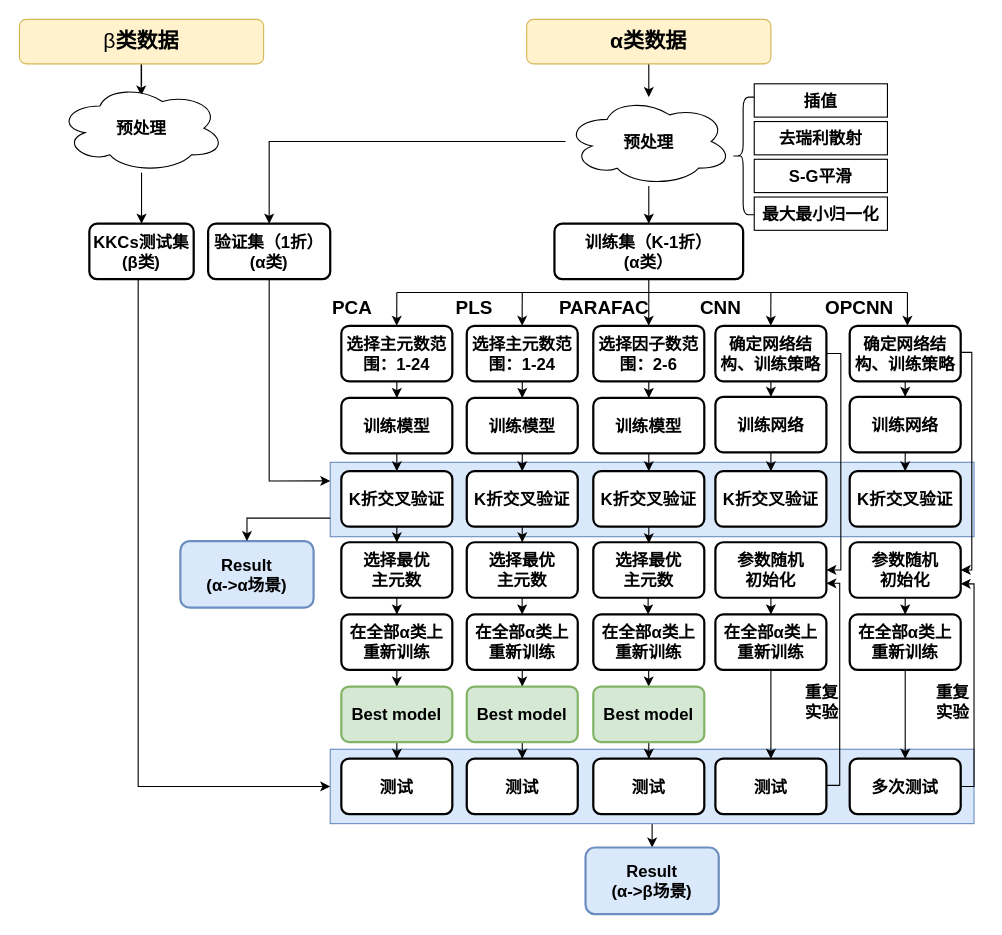
The draw.io diagram big_paper/第三章.drawio in chbambooshoot/digram, before the edit. Source tidied: cells renumbered, new cells numbered last; positions are measured from the earlier drawing's top-left corner, leaving out a move shared by most shapes. Both pictures are drawn from the tidied source at 111%, with x=0, y=0 at pixel (19, 19).
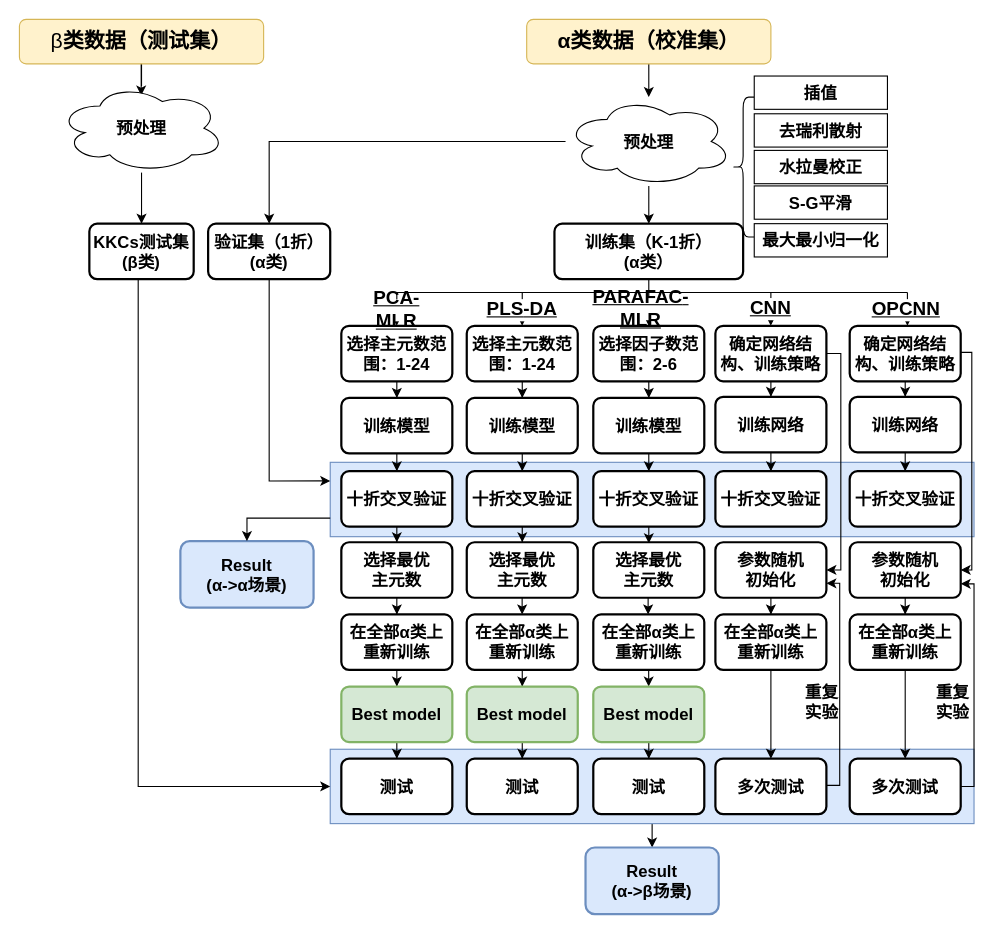
The same diagram, later.

Commit message:
更新第三章.drawio

Diff of the diagram source:
```diff
@@
     <mxCell id="6" style="shape=curlyBracket;whiteSpace=wrap;html=1;rounded=1;labelPosition=left;verticalLabelPosition=middle;align=right;verticalAlign=middle;fontSize=15;fontStyle=1;fontFamily=仿宋;" parent="1" vertex="1">
-      <mxGeometry x="642" y="70" width="20" height="106" as="geometry" />
+      <mxGeometry x="642" y="70" width="20" height="126" as="geometry" />
     </mxCell>
     <mxCell id="7" value="插值" style="rounded=0;whiteSpace=wrap;html=1;fontSize=15;fontStyle=1;fontFamily=仿宋;" parent="1" vertex="1">
-      <mxGeometry x="662" y="58" width="120" height="30" as="geometry" />
+      <mxGeometry x="662" y="51" width="120" height="30" as="geometry" />
     </mxCell>
     <mxCell id="8" value="去瑞利散射" style="rounded=0;whiteSpace=wrap;html=1;fontSize=15;fontStyle=1;fontFamily=仿宋;" parent="1" vertex="1">
-      <mxGeometry x="662" y="92" width="120" height="30" as="geometry" />
+      <mxGeometry x="662" y="85" width="120" height="30" as="geometry" />
     </mxCell>
     <mxCell id="9" value="最大最小归一化" style="rounded=0;whiteSpace=wrap;html=1;fontSize=15;fontStyle=1;fontFamily=仿宋;" parent="1" vertex="1">
-      <mxGeometry x="662" y="160" width="120" height="30" as="geometry" />
+      <mxGeometry x="662" y="184" width="120" height="30" as="geometry" />
     </mxCell>
     <mxCell id="10" value="S-G平滑" style="rounded=0;whiteSpace=wrap;html=1;fontSize=15;fontStyle=1;fontFamily=仿宋;" parent="1" vertex="1">
-      <mxGeometry x="662" y="126" width="120" height="30" as="geometry" />
+      <mxGeometry x="662" y="150" width="120" height="30" as="geometry" />
     </mxCell>
@@
-    <mxCell id="26" value="&lt;b&gt;&lt;font style=&quot;font-size: 17px;&quot;&gt;PCA&lt;/font&gt;&lt;/b&gt;" style="text;html=1;strokeColor=none;fillColor=none;align=center;verticalAlign=middle;whiteSpace=wrap;rounded=0;fontFamily=仿宋;" parent="1" vertex="1">
-      <mxGeometry x="270" y="246" width="60" height="30" as="geometry" />
-    </mxCell>
-    <mxCell id="27" value="&lt;span style=&quot;font-size: 17px;&quot;&gt;&lt;b&gt;PLS&lt;br&gt;&lt;/b&gt;&lt;/span&gt;" style="text;html=1;strokeColor=none;fillColor=none;align=center;verticalAlign=middle;whiteSpace=wrap;rounded=0;fontFamily=仿宋;" parent="1" vertex="1">
-      <mxGeometry x="380" y="246" width="60" height="30" as="geometry" />
-    </mxCell>
-    <mxCell id="28" value="&lt;span style=&quot;font-size: 17px;&quot;&gt;&lt;b&gt;OPCNN&lt;br&gt;&lt;/b&gt;&lt;/span&gt;" style="text;html=1;strokeColor=none;fillColor=none;align=center;verticalAlign=middle;whiteSpace=wrap;rounded=0;fontFamily=仿宋;" parent="1" vertex="1">
-      <mxGeometry x="727" y="246" width="60" height="30" as="geometry" />
-    </mxCell>
-    <mxCell id="29" value="&lt;span style=&quot;font-size: 17px;&quot;&gt;&lt;b&gt;CNN&lt;br&gt;&lt;/b&gt;&lt;/span&gt;" style="text;html=1;strokeColor=none;fillColor=none;align=center;verticalAlign=middle;whiteSpace=wrap;rounded=0;fontFamily=仿宋;" parent="1" vertex="1">
-      <mxGeometry x="602" y="246" width="60" height="30" as="geometry" />
-    </mxCell>
@@
-    <mxCell id="32" value="β&lt;span style=&quot;border-color: var(--border-color); font-weight: 700;&quot;&gt;类数据&lt;/span&gt;" style="rounded=1;whiteSpace=wrap;html=1;fontFamily=仿宋;fontSize=19;fillColor=#fff2cc;strokeColor=#d6b656;" parent="1" vertex="1">
+    <mxCell id="32" value="β&lt;span style=&quot;border-color: var(--border-color); font-weight: 700;&quot;&gt;类数据（测试集）&lt;/span&gt;" style="rounded=1;whiteSpace=wrap;html=1;fontFamily=仿宋;fontSize=19;fillColor=#fff2cc;strokeColor=#d6b656;" parent="1" vertex="1">
       <mxGeometry width="220" height="40" as="geometry" />
     </mxCell>
@@
-    <mxCell id="36" value="&lt;b style=&quot;border-color: var(--border-color);&quot;&gt;α类数据&lt;/b&gt;" style="rounded=1;whiteSpace=wrap;html=1;fontFamily=仿宋;fontSize=19;fontStyle=1;fillColor=#fff2cc;strokeColor=#d6b656;" parent="1" vertex="1">
+    <mxCell id="36" value="&lt;b style=&quot;border-color: var(--border-color);&quot;&gt;α类数据（校准集）&lt;/b&gt;" style="rounded=1;whiteSpace=wrap;html=1;fontFamily=仿宋;fontSize=19;fontStyle=1;fillColor=#fff2cc;strokeColor=#d6b656;" parent="1" vertex="1">
       <mxGeometry x="457" width="220" height="40" as="geometry" />
     </mxCell>
@@
-    <mxCell id="45" value="K折交叉验证" style="rounded=1;whiteSpace=wrap;html=1;absoluteArcSize=1;arcSize=14;strokeWidth=2;fontSize=15;fontStyle=1;fontFamily=仿宋;" parent="1" vertex="1">
+    <mxCell id="45" value="十折交叉验证" style="rounded=1;whiteSpace=wrap;html=1;absoluteArcSize=1;arcSize=14;strokeWidth=2;fontSize=15;fontStyle=1;fontFamily=仿宋;" parent="1" vertex="1">
       <mxGeometry x="290" y="407" width="100" height="50" as="geometry" />
     </mxCell>
@@
-    <mxCell id="47" value="K折交叉验证" style="rounded=1;whiteSpace=wrap;html=1;absoluteArcSize=1;arcSize=14;strokeWidth=2;fontSize=15;fontStyle=1;fontFamily=仿宋;" parent="1" vertex="1">
+    <mxCell id="47" value="十折交叉验证" style="rounded=1;whiteSpace=wrap;html=1;absoluteArcSize=1;arcSize=14;strokeWidth=2;fontSize=15;fontStyle=1;fontFamily=仿宋;" parent="1" vertex="1">
       <mxGeometry x="403" y="407" width="100" height="50" as="geometry" />
     </mxCell>
-    <mxCell id="48" value="K折交叉验证" style="rounded=1;whiteSpace=wrap;html=1;absoluteArcSize=1;arcSize=14;strokeWidth=2;fontSize=15;fontStyle=1;fontFamily=仿宋;" parent="1" vertex="1">
+    <mxCell id="48" value="十折交叉验证" style="rounded=1;whiteSpace=wrap;html=1;absoluteArcSize=1;arcSize=14;strokeWidth=2;fontSize=15;fontStyle=1;fontFamily=仿宋;" parent="1" vertex="1">
       <mxGeometry x="627" y="407" width="100" height="50" as="geometry" />
     </mxCell>
-    <mxCell id="49" value="K折交叉验证" style="rounded=1;whiteSpace=wrap;html=1;absoluteArcSize=1;arcSize=14;strokeWidth=2;fontSize=15;fontStyle=1;fontFamily=仿宋;" parent="1" vertex="1">
+    <mxCell id="49" value="十折交叉验证" style="rounded=1;whiteSpace=wrap;html=1;absoluteArcSize=1;arcSize=14;strokeWidth=2;fontSize=15;fontStyle=1;fontFamily=仿宋;" parent="1" vertex="1">
       <mxGeometry x="748" y="407" width="100" height="50" as="geometry" />
     </mxCell>
@@
-    <mxCell id="57" value="K折交叉验证" style="rounded=1;whiteSpace=wrap;html=1;absoluteArcSize=1;arcSize=14;strokeWidth=2;fontSize=15;fontStyle=1;fontFamily=仿宋;" parent="1" vertex="1">
+    <mxCell id="57" value="十折交叉验证" style="rounded=1;whiteSpace=wrap;html=1;absoluteArcSize=1;arcSize=14;strokeWidth=2;fontSize=15;fontStyle=1;fontFamily=仿宋;" parent="1" vertex="1">
       <mxGeometry x="517" y="407" width="100" height="50" as="geometry" />
     </mxCell>
@@
-    <mxCell id="61" value="测试" style="rounded=1;whiteSpace=wrap;html=1;absoluteArcSize=1;arcSize=14;strokeWidth=2;fontSize=15;fontStyle=1;fontFamily=仿宋;" parent="1" vertex="1">
+    <mxCell id="61" value="多次测试" style="rounded=1;whiteSpace=wrap;html=1;absoluteArcSize=1;arcSize=14;strokeWidth=2;fontSize=15;fontStyle=1;fontFamily=仿宋;" parent="1" vertex="1">
       <mxGeometry x="627" y="666" width="100" height="50" as="geometry" />
     </mxCell>
@@
-    <mxCell id="96" style="edgeStyle=orthogonalEdgeStyle;rounded=0;orthogonalLoop=1;jettySize=auto;html=1;fontSize=15;fontStyle=1;fontFamily=仿宋;" parent="1" edge="1">
-      <mxGeometry relative="1" as="geometry">
-        <mxPoint x="677" y="246" as="sourcePoint" />
-        <mxPoint x="676.9" y="276" as="targetPoint" />
-      </mxGeometry>
-    </mxCell>
@@
-    <mxCell id="99" value="&lt;span style=&quot;font-size: 17px;&quot;&gt;&lt;b&gt;PARAFAC&lt;br&gt;&lt;/b&gt;&lt;/span&gt;" style="text;html=1;strokeColor=none;fillColor=default;align=center;verticalAlign=middle;whiteSpace=wrap;rounded=0;gradientColor=none;fontFamily=仿宋;" parent="1" vertex="1">
-      <mxGeometry x="503" y="251" width="48" height="20" as="geometry" />
-    </mxCell>
@@
+    <mxCell id="104" value="水拉曼校正" style="rounded=0;whiteSpace=wrap;html=1;fontSize=15;fontStyle=1;fontFamily=仿宋;" parent="1" vertex="1">
+      <mxGeometry x="662" y="118" width="120" height="30" as="geometry" />
+    </mxCell>
+    <mxCell id="27" value="&lt;span style=&quot;font-size: 17px;&quot;&gt;&lt;span&gt;PLS&lt;/span&gt;&lt;/span&gt;&lt;span&gt;&lt;font style=&quot;font-size: 17px;&quot;&gt;-DA&lt;/font&gt;&lt;/span&gt;&lt;span style=&quot;font-size: 17px;&quot;&gt;&lt;span&gt;&lt;br&gt;&lt;/span&gt;&lt;/span&gt;" style="text;html=1;strokeColor=none;fillColor=default;align=center;verticalAlign=middle;whiteSpace=wrap;rounded=0;fontFamily=仿宋;fontStyle=5;" parent="1" vertex="1">
+      <mxGeometry x="418" y="252" width="70" height="20" as="geometry" />
+    </mxCell>
+    <mxCell id="28" value="&lt;span style=&quot;font-size: 17px;&quot;&gt;&lt;span&gt;OPCNN&lt;br&gt;&lt;/span&gt;&lt;/span&gt;" style="text;html=1;strokeColor=none;fillColor=default;align=center;verticalAlign=middle;whiteSpace=wrap;rounded=0;fontFamily=仿宋;fontStyle=5;" parent="1" vertex="1">
+      <mxGeometry x="769" y="252" width="60" height="20" as="geometry" />
+    </mxCell>
+    <mxCell id="96" style="edgeStyle=orthogonalEdgeStyle;rounded=0;orthogonalLoop=1;jettySize=auto;html=1;fontSize=15;fontStyle=1;fontFamily=仿宋;" parent="1" edge="1">
+      <mxGeometry relative="1" as="geometry">
+        <mxPoint x="677" y="246" as="sourcePoint" />
+        <mxPoint x="676.9" y="276" as="targetPoint" />
+      </mxGeometry>
+    </mxCell>
+    <mxCell id="99" value="&lt;span style=&quot;font-size: 17px;&quot;&gt;&lt;span&gt;PARAFAC&lt;/span&gt;&lt;/span&gt;&lt;span&gt;&lt;font style=&quot;font-size: 17px;&quot;&gt;-MLR&lt;/font&gt;&lt;/span&gt;&lt;span style=&quot;font-size: 17px;&quot;&gt;&lt;span&gt;&lt;br&gt;&lt;/span&gt;&lt;/span&gt;" style="text;html=1;strokeColor=none;fillColor=default;align=center;verticalAlign=middle;whiteSpace=wrap;rounded=0;gradientColor=none;fontFamily=仿宋;fontStyle=5;" parent="1" vertex="1">
+      <mxGeometry x="510" y="251" width="100" height="20" as="geometry" />
+    </mxCell>
+    <mxCell id="26" value="&lt;span&gt;&lt;font style=&quot;font-size: 17px;&quot;&gt;PCA-MLR&lt;/font&gt;&lt;/span&gt;" style="text;html=1;strokeColor=none;fillColor=default;align=center;verticalAlign=middle;whiteSpace=wrap;rounded=0;fontFamily=仿宋;fontStyle=5;labelBackgroundColor=none;textShadow=0;shadow=0;" parent="1" vertex="1">
+      <mxGeometry x="300" y="252" width="80" height="20" as="geometry" />
+    </mxCell>
+    <mxCell id="29" value="&lt;span style=&quot;font-size: 17px;&quot;&gt;&lt;span&gt;CNN&lt;br&gt;&lt;/span&gt;&lt;/span&gt;" style="text;html=1;strokeColor=none;fillColor=default;align=center;verticalAlign=middle;whiteSpace=wrap;rounded=0;fontFamily=仿宋;fontStyle=5;" parent="1" vertex="1">
+      <mxGeometry x="647" y="251" width="60" height="20" as="geometry" />
+    </mxCell>
```
